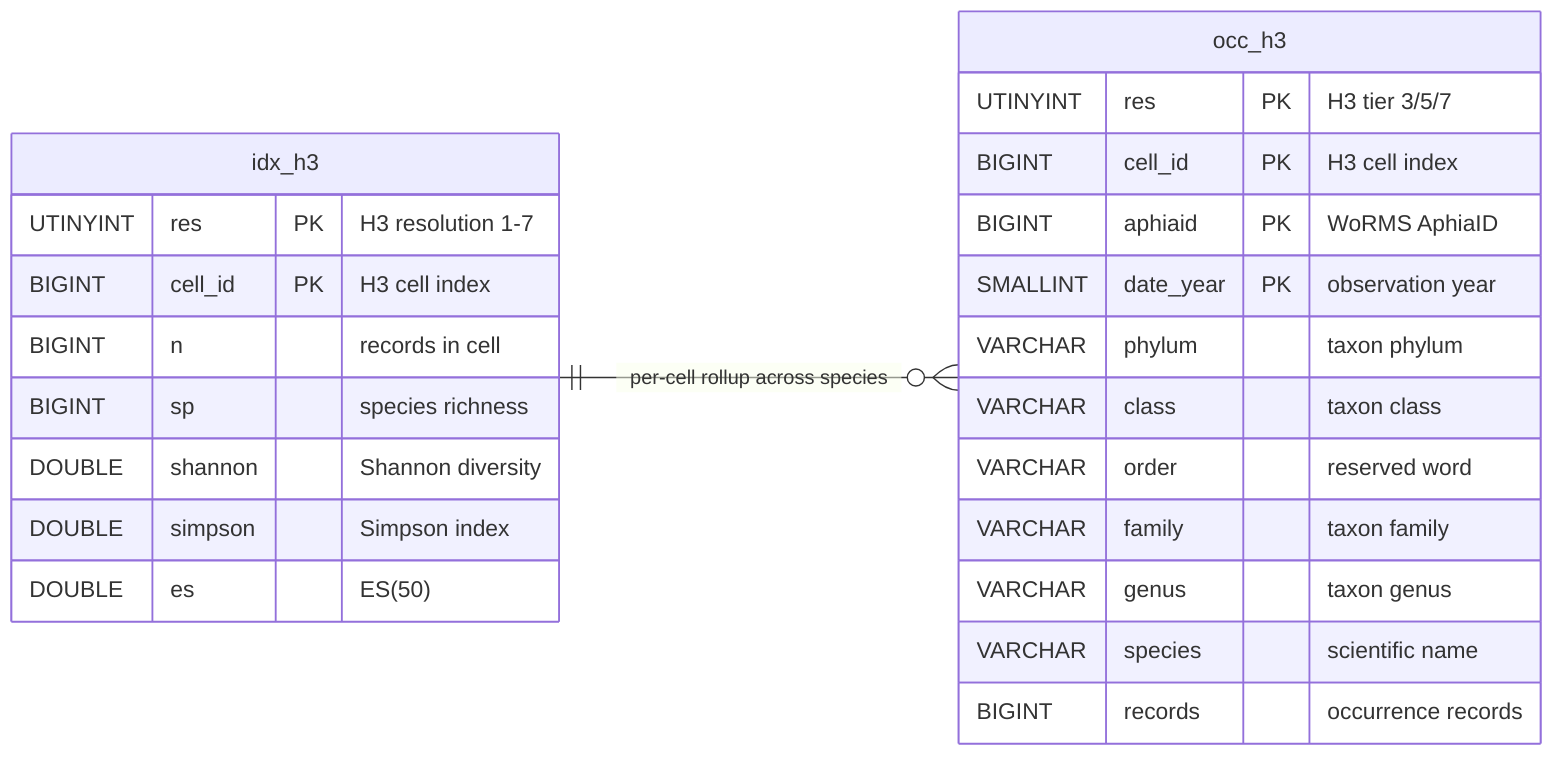
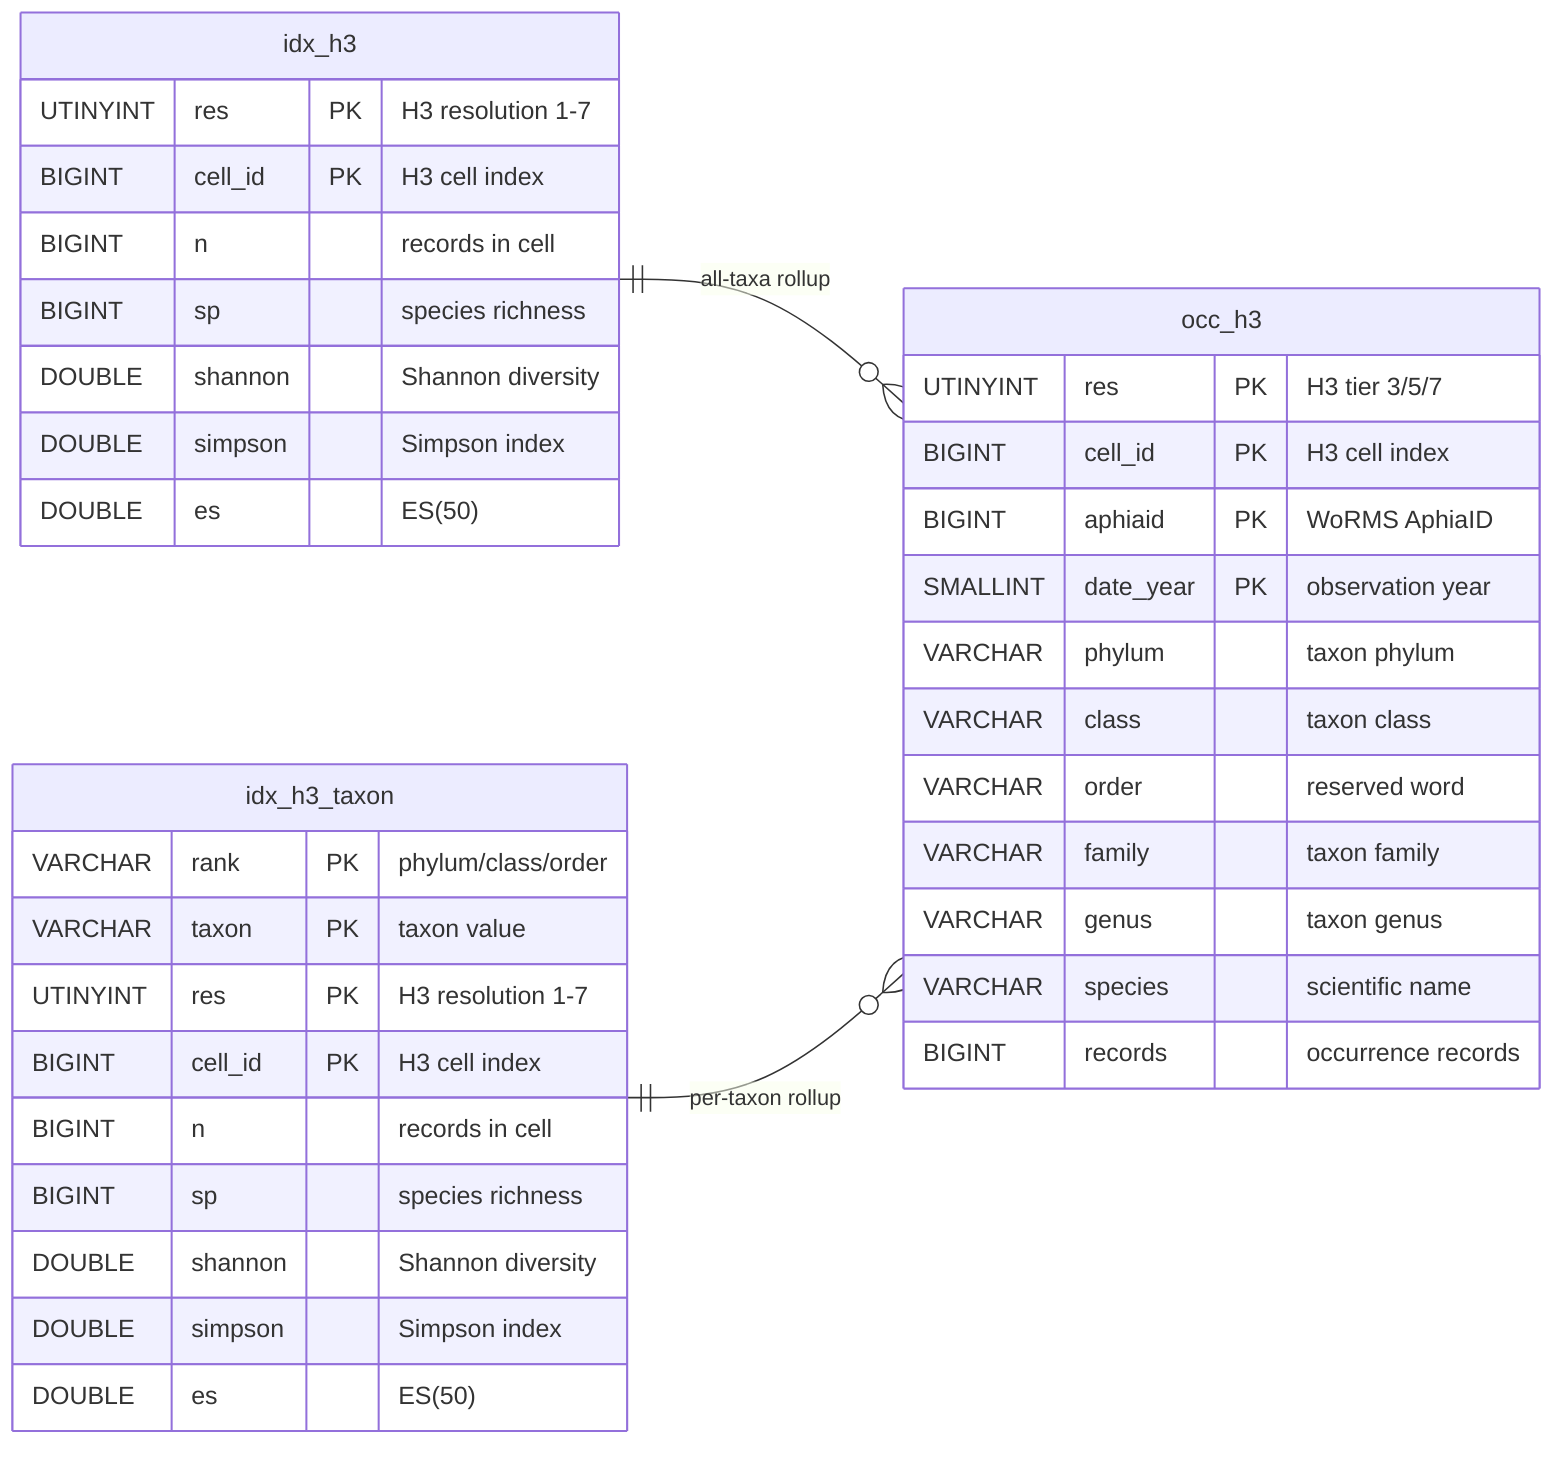
erDiagram
  direction LR
  idx_h3 {
+     UTINYINT res PK "H3 resolution 1-7"
+     BIGINT cell_id PK "H3 cell index"
+     BIGINT n "records in cell"
+     BIGINT sp "species richness"
+     DOUBLE shannon "Shannon diversity"
+     DOUBLE simpson "Simpson index"
+     DOUBLE es "ES(50)"
+   }
+   idx_h3_taxon {
+     VARCHAR rank PK "phylum/class/order"
+     VARCHAR taxon PK "taxon value"
    UTINYINT res PK "H3 resolution 1-7"
    BIGINT cell_id PK "H3 cell index"
    BIGINT n "records in cell"
    BIGINT sp "species richness"
    DOUBLE shannon "Shannon diversity"
    DOUBLE simpson "Simpson index"
    DOUBLE es "ES(50)"
  }
  occ_h3 {
    UTINYINT res PK "H3 tier 3/5/7"
    BIGINT cell_id PK "H3 cell index"
    BIGINT aphiaid PK "WoRMS AphiaID"
    SMALLINT date_year PK "observation year"
    VARCHAR phylum "taxon phylum"
    VARCHAR class "taxon class"
    VARCHAR order "reserved word"
    VARCHAR family "taxon family"
    VARCHAR genus "taxon genus"
    VARCHAR species "scientific name"
    BIGINT records "occurrence records"
  }
-   idx_h3 ||--o{ occ_h3 : "per-cell rollup across species"
+   idx_h3 ||--o{ occ_h3 : "all-taxa rollup"
+   idx_h3_taxon ||--o{ occ_h3 : "per-taxon rollup"
